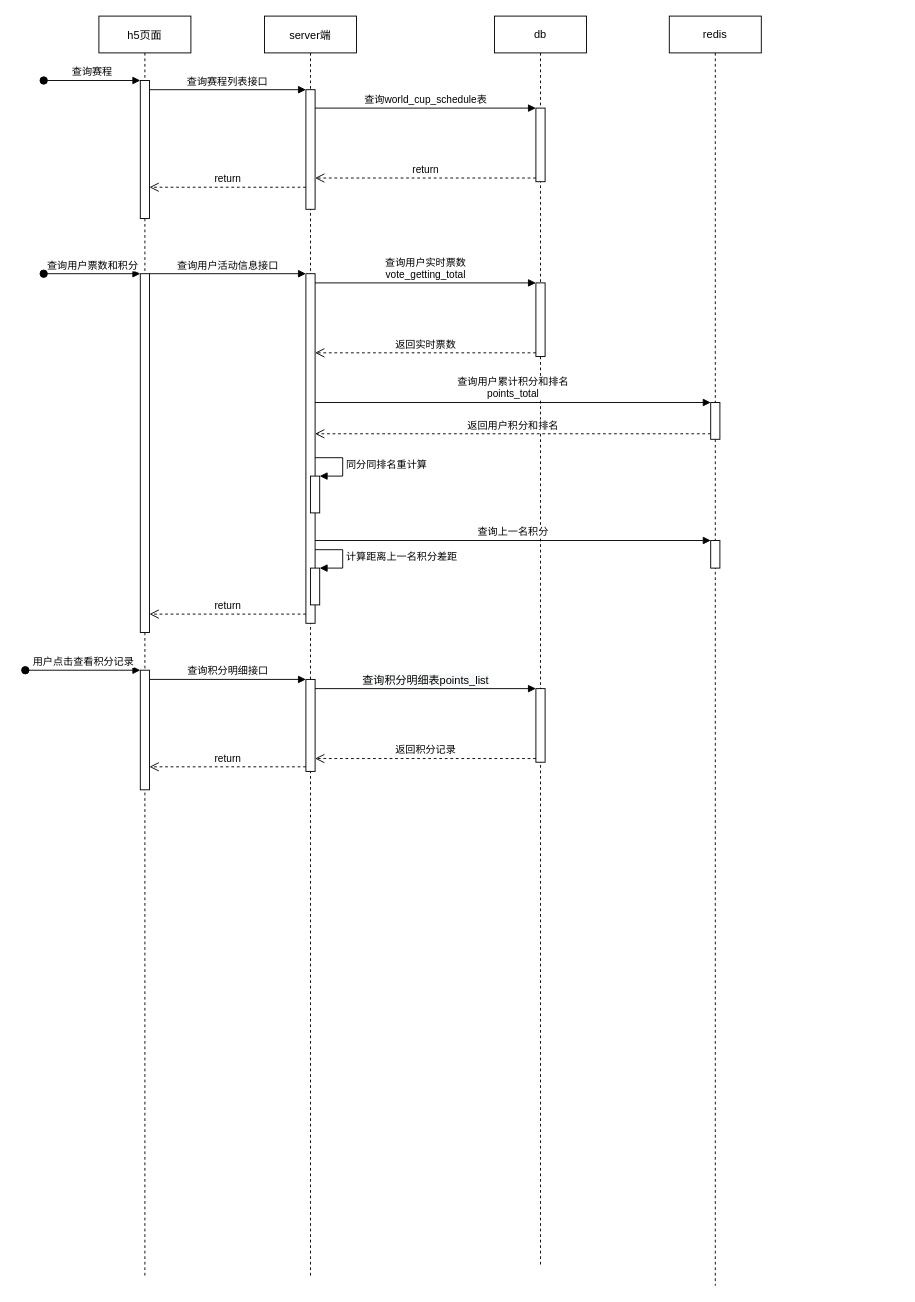
Earlier version of the draw.io diagram H5世界杯活动设计顺序图.drawio (milletzhu/datasource). Source tidied: cells renumbered, new cells numbered last; positions are measured from the earlier drawing's top-left corner, leaving out a move shared by most shapes. Both pictures are drawn from the tidied source at 92%, with x=0, y=0 at pixel (25, 16).
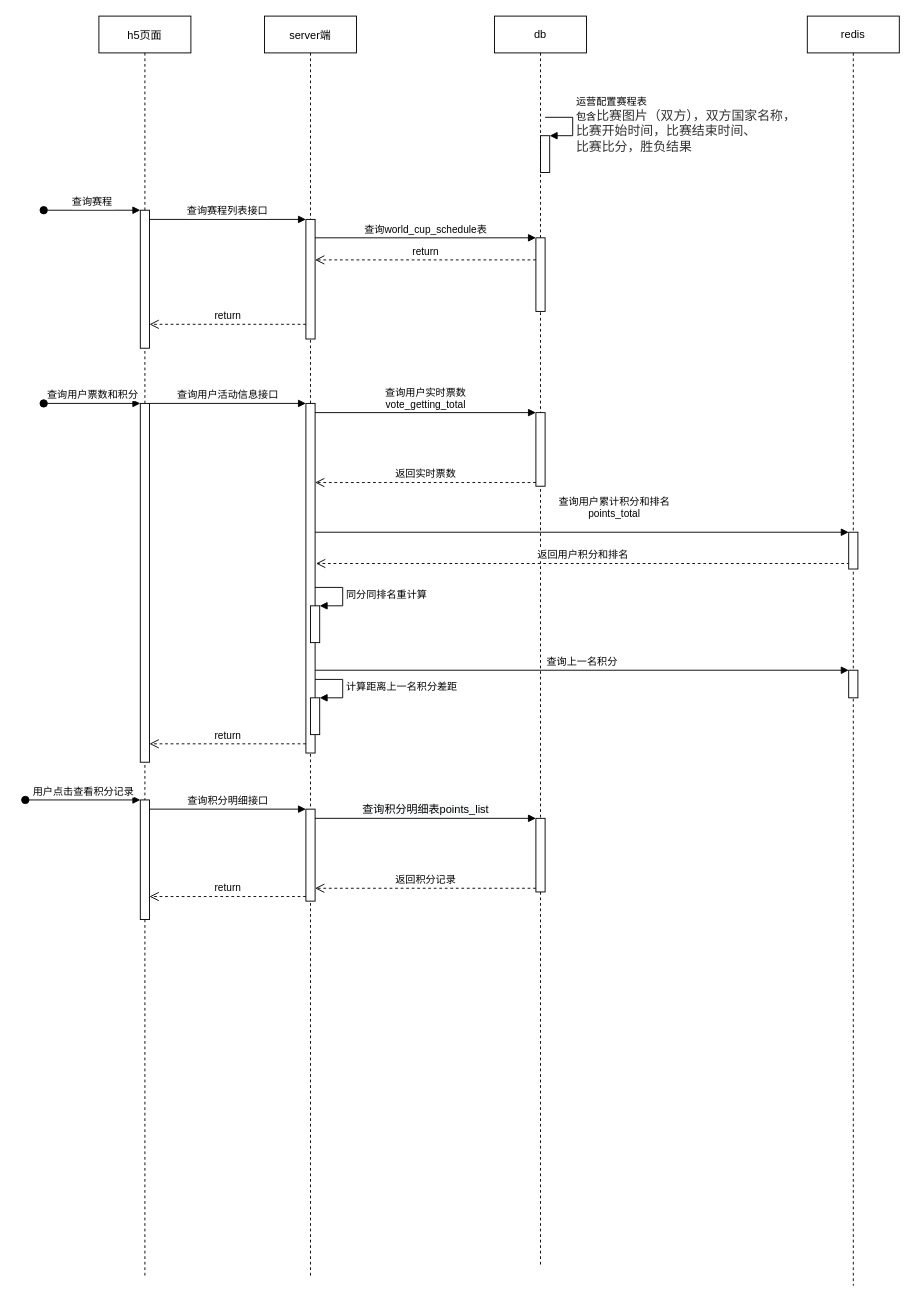
The same diagram, later.

Commit message (it also covers changes not shown here):
更新H5世界杯活动设计顺序图.drawio

Unchanged cells that the change refers to:
```xml
<mxCell id="2" value="h5页面" style="shape=umlLifeline;perimeter=lifelinePerimeter;rounded=0;shadow=0;strokeWidth=1;" parent="1" vertex="1">
  <mxGeometry x="80" width="100" height="1370" as="geometry" />
</mxCell>
<mxCell id="9" value="server端" style="shape=umlLifeline;perimeter=lifelinePerimeter;rounded=0;shadow=0;strokeWidth=1;" parent="1" vertex="1">
  <mxGeometry x="260" width="100" height="1370" as="geometry" />
</mxCell>
<mxCell id="18" value="db" style="shape=umlLifeline;perimeter=lifelinePerimeter;whiteSpace=wrap;html=1;" parent="1" vertex="1">
  <mxGeometry x="510" width="100" height="1360" as="geometry" />
</mxCell>
```

What changed in the source:
```diff
@@
     <mxCell id="3" style="points=[];perimeter=orthogonalPerimeter;rounded=0;shadow=0;strokeWidth=1;" parent="2" vertex="1">
-      <mxGeometry x="45" y="70" width="10" height="150" as="geometry" />
+      <mxGeometry x="45" y="211" width="10" height="150" as="geometry" />
     </mxCell>
     <mxCell id="4" value="查询赛程" style="verticalAlign=bottom;startArrow=oval;endArrow=block;startSize=8;shadow=0;strokeWidth=1;" parent="2" edge="1" target="3">
       <mxGeometry relative="1" as="geometry">
-        <mxPoint x="-60" y="70" as="sourcePoint" />
+        <mxPoint x="-60" y="211" as="sourcePoint" />
       </mxGeometry>
     </mxCell>
     <mxCell id="5" style="html=1;points=[];perimeter=orthogonalPerimeter;" parent="2" vertex="1">
-      <mxGeometry x="45" y="280" width="10" height="390" as="geometry" />
+      <mxGeometry x="45" y="421" width="10" height="390" as="geometry" />
     </mxCell>
     <mxCell id="6" value="查询用户票数和积分" style="html=1;verticalAlign=bottom;startArrow=oval;endArrow=block;startSize=8;rounded=0;" parent="2" edge="1" target="5">
       <mxGeometry relative="1" as="geometry">
-        <mxPoint x="-60" y="280" as="sourcePoint" />
+        <mxPoint x="-60" y="421" as="sourcePoint" />
       </mxGeometry>
     </mxCell>
     <mxCell id="7" style="html=1;points=[];perimeter=orthogonalPerimeter;" parent="2" vertex="1">
-      <mxGeometry x="45" y="711" width="10" height="130" as="geometry" />
+      <mxGeometry x="45" y="852" width="10" height="130" as="geometry" />
     </mxCell>
     <mxCell id="8" value="用户点击查看积分记录" style="html=1;verticalAlign=bottom;startArrow=oval;endArrow=block;startSize=8;rounded=0;" parent="2" edge="1" target="7">
       <mxGeometry relative="1" as="geometry">
-        <mxPoint x="-80" y="711" as="sourcePoint" />
+        <mxPoint x="-80" y="852" as="sourcePoint" />
       </mxGeometry>
     </mxCell>
@@
     <mxCell id="10" style="points=[];perimeter=orthogonalPerimeter;rounded=0;shadow=0;strokeWidth=1;" parent="9" vertex="1">
-      <mxGeometry x="45" y="80" width="10" height="130" as="geometry" />
+      <mxGeometry x="45" y="221" width="10" height="130" as="geometry" />
     </mxCell>
     <mxCell id="11" style="html=1;points=[];perimeter=orthogonalPerimeter;" parent="9" vertex="1">
-      <mxGeometry x="45" y="280" width="10" height="380" as="geometry" />
+      <mxGeometry x="45" y="421" width="10" height="380" as="geometry" />
     </mxCell>
     <mxCell id="12" style="html=1;points=[];perimeter=orthogonalPerimeter;" parent="9" vertex="1">
-      <mxGeometry x="45" y="721" width="10" height="100" as="geometry" />
+      <mxGeometry x="45" y="862" width="10" height="100" as="geometry" />
     </mxCell>
     <mxCell id="13" style="html=1;points=[];perimeter=orthogonalPerimeter;" parent="9" vertex="1">
-      <mxGeometry x="50" y="500" width="10" height="40" as="geometry" />
+      <mxGeometry x="50" y="641" width="10" height="40" as="geometry" />
     </mxCell>
     <mxCell id="14" value="同分同排名重计算" style="edgeStyle=orthogonalEdgeStyle;html=1;align=left;spacingLeft=2;endArrow=block;rounded=0;entryX=1;entryY=0;" parent="9" edge="1" target="13">
       <mxGeometry relative="1" as="geometry">
-        <mxPoint x="55" y="480" as="sourcePoint" />
+        <mxPoint x="55" y="621" as="sourcePoint" />
         <Array as="points">
-          <mxPoint x="85" y="480" />
+          <mxPoint x="85" y="621" />
         </Array>
       </mxGeometry>
     </mxCell>
     <mxCell id="15" style="html=1;points=[];perimeter=orthogonalPerimeter;" parent="9" vertex="1">
-      <mxGeometry x="50" y="600" width="10" height="40" as="geometry" />
+      <mxGeometry x="50" y="741" width="10" height="40" as="geometry" />
     </mxCell>
     <mxCell id="16" value="计算距离上一名积分差距" style="edgeStyle=orthogonalEdgeStyle;html=1;align=left;spacingLeft=2;endArrow=block;rounded=0;entryX=1;entryY=0;" parent="9" edge="1" target="15">
       <mxGeometry relative="1" as="geometry">
-        <mxPoint x="55" y="580" as="sourcePoint" />
+        <mxPoint x="55" y="721" as="sourcePoint" />
         <Array as="points">
-          <mxPoint x="85" y="580" />
+          <mxPoint x="85" y="721" />
         </Array>
       </mxGeometry>
     </mxCell>
@@
     <mxCell id="19" style="html=1;points=[];perimeter=orthogonalPerimeter;" parent="18" vertex="1">
-      <mxGeometry x="45" y="100" width="10" height="80" as="geometry" />
+      <mxGeometry x="45" y="241" width="10" height="80" as="geometry" />
     </mxCell>
     <mxCell id="20" style="html=1;points=[];perimeter=orthogonalPerimeter;" parent="18" vertex="1">
-      <mxGeometry x="45" y="290" width="10" height="80" as="geometry" />
+      <mxGeometry x="45" y="431" width="10" height="80" as="geometry" />
     </mxCell>
     <mxCell id="21" style="html=1;points=[];perimeter=orthogonalPerimeter;" parent="18" vertex="1">
-      <mxGeometry x="45" y="731" width="10" height="80" as="geometry" />
+      <mxGeometry x="45" y="872" width="10" height="80" as="geometry" />
     </mxCell>
+    <mxCell id="39" style="html=1;points=[];perimeter=orthogonalPerimeter;" parent="18" vertex="1">
+      <mxGeometry x="50" y="130" width="10" height="40" as="geometry" />
+    </mxCell>
+    <mxCell id="40" value="运营配置赛程表&lt;br&gt;包含&lt;span style=&quot;color: rgb(51, 51, 51); font-family: PingFangSC-Regular, &amp;quot;PingFang SC&amp;quot;; font-size: 14px;&quot;&gt;比赛图片（双方），双方国家名称，&lt;br&gt;比赛开始时间，比赛结束时间、&lt;br&gt;比赛比分，胜负结果&lt;/span&gt;" style="edgeStyle=orthogonalEdgeStyle;html=1;align=left;spacingLeft=2;endArrow=block;rounded=0;entryX=1;entryY=0;" parent="18" edge="1" target="39">
+      <mxGeometry relative="1" as="geometry">
+        <mxPoint x="55" y="110" as="sourcePoint" />
+        <Array as="points">
+          <mxPoint x="85" y="110" />
+        </Array>
+      </mxGeometry>
+    </mxCell>
@@
-    <mxCell id="23" value="return" style="html=1;verticalAlign=bottom;endArrow=open;dashed=1;endSize=8;exitX=0;exitY=0.95;rounded=0;" parent="1" edge="1" source="19" target="10">
-      <mxGeometry relative="1" as="geometry" />
+    <mxCell id="23" value="return" style="html=1;verticalAlign=bottom;endArrow=open;dashed=1;endSize=8;exitX=0;exitY=0.95;rounded=0;" parent="1" edge="1">
+      <mxGeometry relative="1" as="geometry">
+        <mxPoint x="555" y="265" as="sourcePoint" />
+        <mxPoint x="315" y="265" as="targetPoint" />
+      </mxGeometry>
     </mxCell>
     <mxCell id="24" value="return" style="html=1;verticalAlign=bottom;endArrow=open;dashed=1;endSize=8;rounded=0;" parent="1" edge="1">
       <mxGeometry relative="1" as="geometry">
-        <mxPoint x="305" y="186" as="sourcePoint" />
-        <mxPoint x="135" y="186" as="targetPoint" />
+        <mxPoint x="305" y="335" as="sourcePoint" />
+        <mxPoint x="135" y="335" as="targetPoint" />
       </mxGeometry>
     </mxCell>
@@
     <mxCell id="28" value="查询用户累计积分和排名&lt;br&gt;points_total" style="html=1;verticalAlign=bottom;endArrow=block;entryX=0;entryY=0;rounded=0;" parent="1" edge="1" source="11" target="31">
-      <mxGeometry relative="1" as="geometry" />
+      <mxGeometry x="0.12" y="11" relative="1" as="geometry" />
     </mxCell>
-    <mxCell id="29" value="返回用户积分和排名" style="html=1;verticalAlign=bottom;endArrow=open;dashed=1;endSize=8;exitX=0;exitY=0.95;rounded=0;" parent="1" edge="1">
+    <mxCell id="29" value="返回用户积分和排名" style="html=1;verticalAlign=bottom;endArrow=open;dashed=1;endSize=8;rounded=0;" parent="1" edge="1">
       <mxGeometry relative="1" as="geometry">
-        <mxPoint x="745" y="454" as="sourcePoint" />
-        <mxPoint x="315" y="454" as="targetPoint" />
+        <mxPoint x="896" y="595" as="sourcePoint" />
+        <mxPoint x="316" y="595" as="targetPoint" />
       </mxGeometry>
     </mxCell>
     <mxCell id="30" value="redis" style="shape=umlLifeline;perimeter=lifelinePerimeter;whiteSpace=wrap;html=1;" parent="1" vertex="1">
-      <mxGeometry x="700" width="100" height="1380" as="geometry" />
+      <mxGeometry x="850" width="100" height="1380" as="geometry" />
     </mxCell>
     <mxCell id="31" style="html=1;points=[];perimeter=orthogonalPerimeter;" parent="30" vertex="1">
-      <mxGeometry x="45" y="420" width="10" height="40" as="geometry" />
+      <mxGeometry x="45" y="561" width="10" height="40" as="geometry" />
     </mxCell>
     <mxCell id="32" style="html=1;points=[];perimeter=orthogonalPerimeter;" parent="30" vertex="1">
-      <mxGeometry x="45" y="570" width="10" height="30" as="geometry" />
+      <mxGeometry x="45" y="711" width="10" height="30" as="geometry" />
     </mxCell>
@@
     <mxCell id="38" value="return" style="html=1;verticalAlign=bottom;endArrow=open;dashed=1;endSize=8;rounded=0;" parent="1" edge="1">
       <mxGeometry relative="1" as="geometry">
-        <mxPoint x="305" y="650" as="sourcePoint" />
-        <mxPoint x="135" y="650" as="targetPoint" />
+        <mxPoint x="305" y="791" as="sourcePoint" />
+        <mxPoint x="135" y="791" as="targetPoint" />
         <Array as="points">
-          <mxPoint x="230" y="650" />
+          <mxPoint x="230" y="791" />
         </Array>
       </mxGeometry>
     </mxCell>
```
